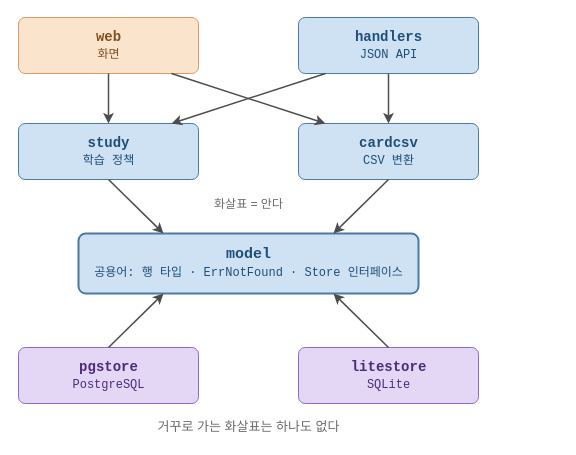
benelog/flashcard keeps this draw.io diagram as book/scripts/diagrams/dependency-direction.drawio. Above is the earlier version. Source tidied: cells renumbered, new cells numbered last; positions are measured from the earlier drawing's top-left corner, leaving out a move shared by most shapes. Both pictures are drawn from the tidied source at 100%, with x=0, y=0 at pixel (18, 17).
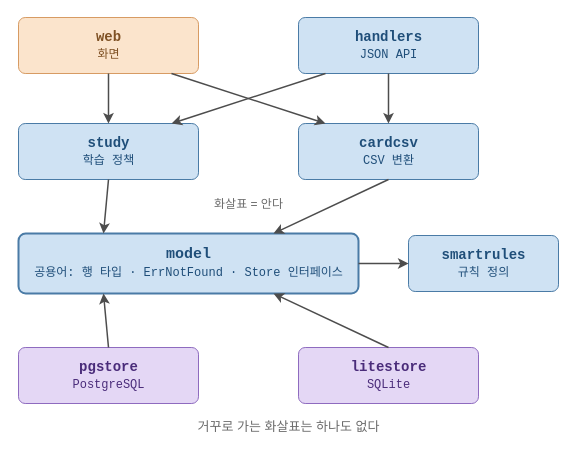
After the change.

What changed in the source:
```diff
@@
     <mxCell id="6" value="model&lt;br&gt;&lt;span style=&quot;font-size:12px;font-weight:normal&quot;&gt;공용어: 행 타입 · ErrNotFound · Store 인터페이스&lt;/span&gt;" style="rounded=1;arcSize=12;html=1;fillColor=#CFE2F3;strokeColor=#4A7BA6;strokeWidth=2;fontColor=#1F4E79;fontSize=15;fontStyle=1;fontFamily=Courier New;" parent="1" vertex="1">
-      <mxGeometry x="60" y="216" width="340" height="60" as="geometry" />
+      <mxGeometry y="216" width="340" height="60" as="geometry" />
     </mxCell>
+    <mxCell id="19" value="smartrules&lt;br&gt;&lt;span style=&quot;font-size:12px;font-weight:normal&quot;&gt;규칙 정의&lt;/span&gt;" style="rounded=1;arcSize=12;html=1;fillColor=#CFE2F3;strokeColor=#4A7BA6;fontColor=#1F4E79;fontSize=14;fontStyle=1;fontFamily=Courier New;" parent="1" vertex="1">
+      <mxGeometry x="390" y="218" width="150" height="56" as="geometry" />
+    </mxCell>
@@
+    <mxCell id="20" style="strokeColor=#4D4D4D;strokeWidth=1.5;endArrow=classic;endFill=1;html=1;exitX=1;exitY=0.5;exitDx=0;exitDy=0;entryX=0;entryY=0.5;entryDx=0;entryDy=0;" parent="1" edge="1" source="6" target="19">
+      <mxGeometry relative="1" as="geometry" />
+    </mxCell>
@@
     <mxCell id="18" value="거꾸로 가는 화살표는 하나도 없다" style="text;html=1;align=center;verticalAlign=middle;fontSize=13;fontColor=#6B6B6B;" parent="1" vertex="1">
-      <mxGeometry y="398" width="460" height="22" as="geometry" />
+      <mxGeometry y="398" width="540" height="22" as="geometry" />
     </mxCell>
```
